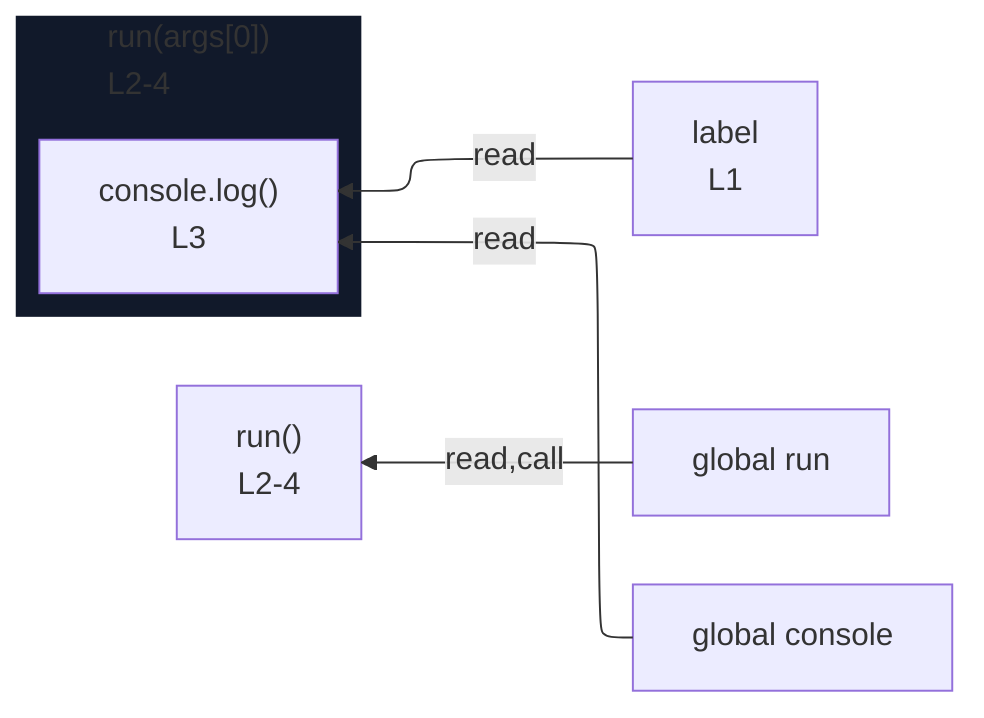
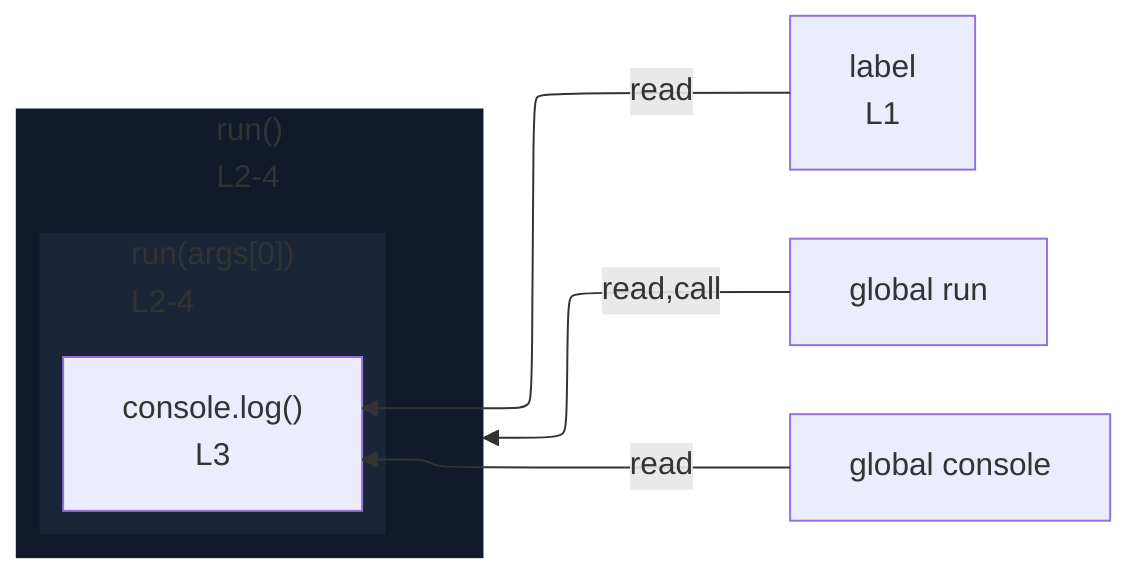
%%{init: {"flowchart": {"defaultRenderer": "elk"}}}%%
flowchart RL
  n_scope_0_label_6["label<br/>L1"]
  n_scope_0_run_23["global run"]
  n_scope_0_console_37["global console"]
-   subgraph s_scope_1["run(args[0])<br/>L2-4"]
+   subgraph expr_stmt_23["run()<br/>L2-4"]
    direction RL
-     expr_stmt_37["console.log()<br/>L3"]
+     subgraph s_scope_1["run(args[0])<br/>L2-4"]
+       direction RL
+       expr_stmt_37["console.log()<br/>L3"]
+     end
  end
  n_scope_0_run_23 -->|read,call| expr_stmt_23
  n_scope_0_console_37 -->|read| expr_stmt_37
  n_scope_0_label_6 -->|read| expr_stmt_37
-   expr_stmt_23["run()<br/>L2-4"]
  classDef nestL1 fill:#11192a,stroke:transparent;
-   class s_scope_1 nestL1;
+   class expr_stmt_23 nestL1;
+   classDef nestL2 fill:#1a2538,stroke:transparent;
+   class s_scope_1 nestL2;
